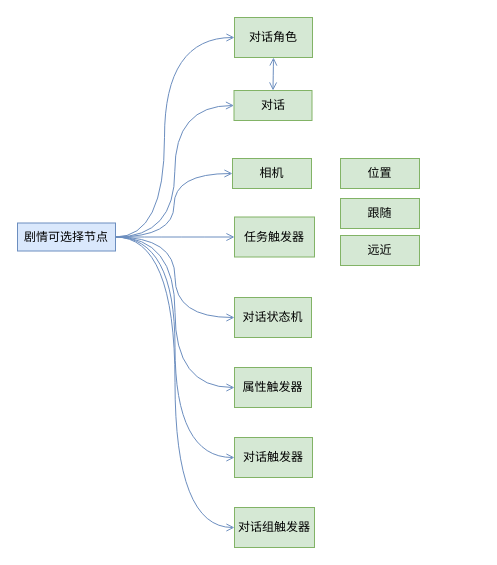
Before: 剧情编辑器.drawio in Toma882/DrawIO, a draw.io diagram. Source tidied: cells renumbered, new cells numbered last; positions are measured from the earlier drawing's top-left corner, leaving out a move shared by most shapes. Both pictures are drawn from the tidied source at 100%, with x=0, y=0 at pixel (17, 17).
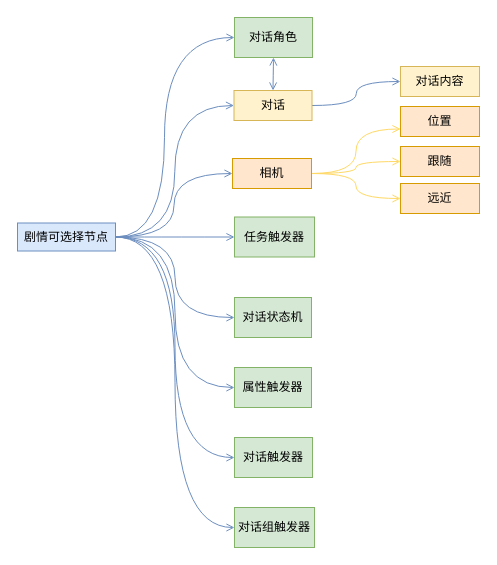
After the change.

Commit message (it also covers changes not shown here):
更新剧情编辑器.drawio

The edit, as a diff of the source:
```diff
@@
+    <mxCell id="23" style="edgeStyle=orthogonalEdgeStyle;shape=connector;curved=1;rounded=0;jettySize=auto;html=1;exitX=1;exitY=0.5;exitDx=0;exitDy=0;entryX=0;entryY=0.5;entryDx=0;entryDy=0;strokeColor=#6C8EBF;align=center;verticalAlign=middle;fontFamily=Helvetica;fontSize=12;fontColor=default;labelBackgroundColor=default;startArrow=none;startFill=0;endArrow=open;endFill=0;flowAnimation=0;" parent="1" edge="1" source="11" target="27">
+      <mxGeometry relative="1" as="geometry" />
+    </mxCell>
-    <mxCell id="11" value="对话" style="whiteSpace=wrap;html=1;fillColor=#d5e8d4;strokeColor=#82b366;" parent="1" vertex="1">
+    <mxCell id="11" value="对话" style="whiteSpace=wrap;html=1;fillColor=#fff2cc;strokeColor=#d6b656;" parent="1" vertex="1">
       <mxGeometry x="216.5" y="73" width="78" height="30" as="geometry" />
     </mxCell>
+    <mxCell id="24" style="edgeStyle=orthogonalEdgeStyle;shape=connector;curved=1;rounded=0;jettySize=auto;html=1;exitX=1;exitY=0.5;exitDx=0;exitDy=0;entryX=0;entryY=0.75;entryDx=0;entryDy=0;strokeColor=#FFD966;align=center;verticalAlign=middle;fontFamily=Helvetica;fontSize=12;fontColor=default;labelBackgroundColor=default;startArrow=none;startFill=0;endArrow=open;endFill=0;flowAnimation=0;" parent="1" edge="1" source="12" target="20">
+      <mxGeometry relative="1" as="geometry" />
+    </mxCell>
+    <mxCell id="25" style="edgeStyle=orthogonalEdgeStyle;shape=connector;curved=1;rounded=0;jettySize=auto;html=1;exitX=1;exitY=0.5;exitDx=0;exitDy=0;strokeColor=#FFD966;align=center;verticalAlign=middle;fontFamily=Helvetica;fontSize=12;fontColor=default;labelBackgroundColor=default;startArrow=none;startFill=0;endArrow=open;endFill=0;flowAnimation=0;" parent="1" edge="1" source="12" target="21">
+      <mxGeometry relative="1" as="geometry" />
+    </mxCell>
+    <mxCell id="26" style="edgeStyle=orthogonalEdgeStyle;shape=connector;curved=1;rounded=0;jettySize=auto;html=1;exitX=1;exitY=0.5;exitDx=0;exitDy=0;strokeColor=#FFD966;align=center;verticalAlign=middle;fontFamily=Helvetica;fontSize=12;fontColor=default;labelBackgroundColor=default;startArrow=none;startFill=0;endArrow=open;endFill=0;flowAnimation=0;" parent="1" edge="1" source="12" target="22">
+      <mxGeometry relative="1" as="geometry" />
+    </mxCell>
-    <mxCell id="12" value="相机" style="whiteSpace=wrap;html=1;fillColor=#d5e8d4;strokeColor=#82b366;" parent="1" vertex="1">
+    <mxCell id="12" value="相机" style="whiteSpace=wrap;html=1;fillColor=#ffe6cc;strokeColor=#d79b00;" parent="1" vertex="1">
       <mxGeometry x="215" y="141" width="79" height="30" as="geometry" />
     </mxCell>
@@
-    <mxCell id="20" value="位置" style="whiteSpace=wrap;html=1;fillColor=#d5e8d4;strokeColor=#82b366;" parent="1" vertex="1">
-      <mxGeometry x="323" y="141" width="79" height="30" as="geometry" />
+    <mxCell id="20" value="位置" style="whiteSpace=wrap;html=1;fillColor=#ffe6cc;strokeColor=#d79b00;" parent="1" vertex="1">
+      <mxGeometry x="383" y="89" width="79" height="30" as="geometry" />
     </mxCell>
-    <mxCell id="21" value="跟随" style="whiteSpace=wrap;html=1;fillColor=#d5e8d4;strokeColor=#82b366;" parent="1" vertex="1">
-      <mxGeometry x="323" y="181" width="79" height="30" as="geometry" />
+    <mxCell id="21" value="跟随" style="whiteSpace=wrap;html=1;fillColor=#ffe6cc;strokeColor=#d79b00;" parent="1" vertex="1">
+      <mxGeometry x="383" y="129" width="79" height="30" as="geometry" />
     </mxCell>
-    <mxCell id="22" value="远近" style="whiteSpace=wrap;html=1;fillColor=#d5e8d4;strokeColor=#82b366;" parent="1" vertex="1">
-      <mxGeometry x="323" y="218" width="79" height="30" as="geometry" />
+    <mxCell id="22" value="远近" style="whiteSpace=wrap;html=1;fillColor=#ffe6cc;strokeColor=#d79b00;" parent="1" vertex="1">
+      <mxGeometry x="383" y="166" width="79" height="30" as="geometry" />
     </mxCell>
+    <mxCell id="27" value="对话内容" style="whiteSpace=wrap;html=1;fillColor=#fff2cc;strokeColor=#d6b656;" parent="1" vertex="1">
+      <mxGeometry x="383" y="49" width="79" height="30" as="geometry" />
+    </mxCell>
```
